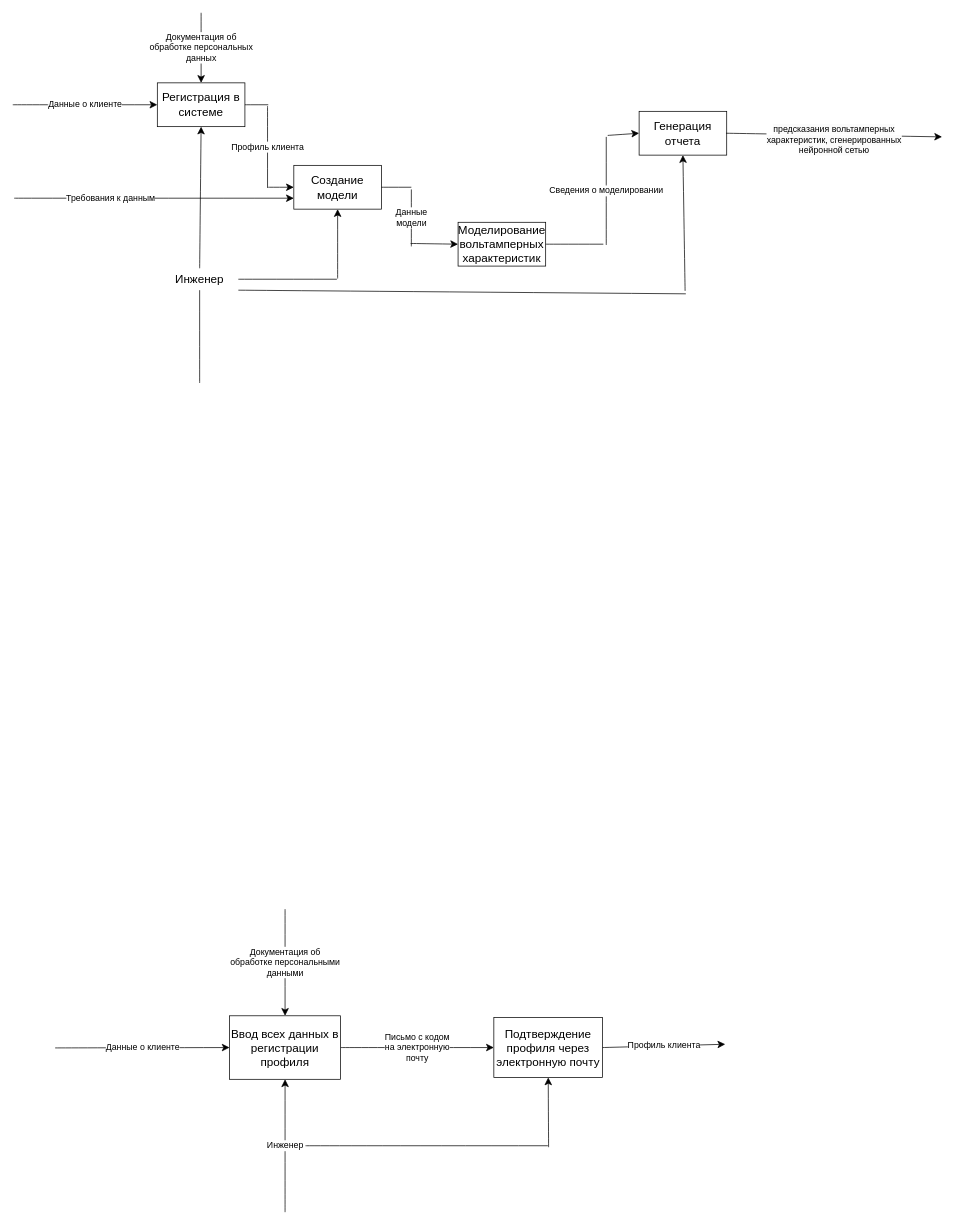
DiKachura/tppo keeps this draw.io diagram as Lab4.drawio. Above is the earlier version. Source tidied: cells renumbered, new cells numbered last; positions are measured from the earlier drawing's top-left corner, leaving out a move shared by most shapes. Both pictures are drawn from the tidied source at 73%, with x=0, y=0 at pixel (12, 12).
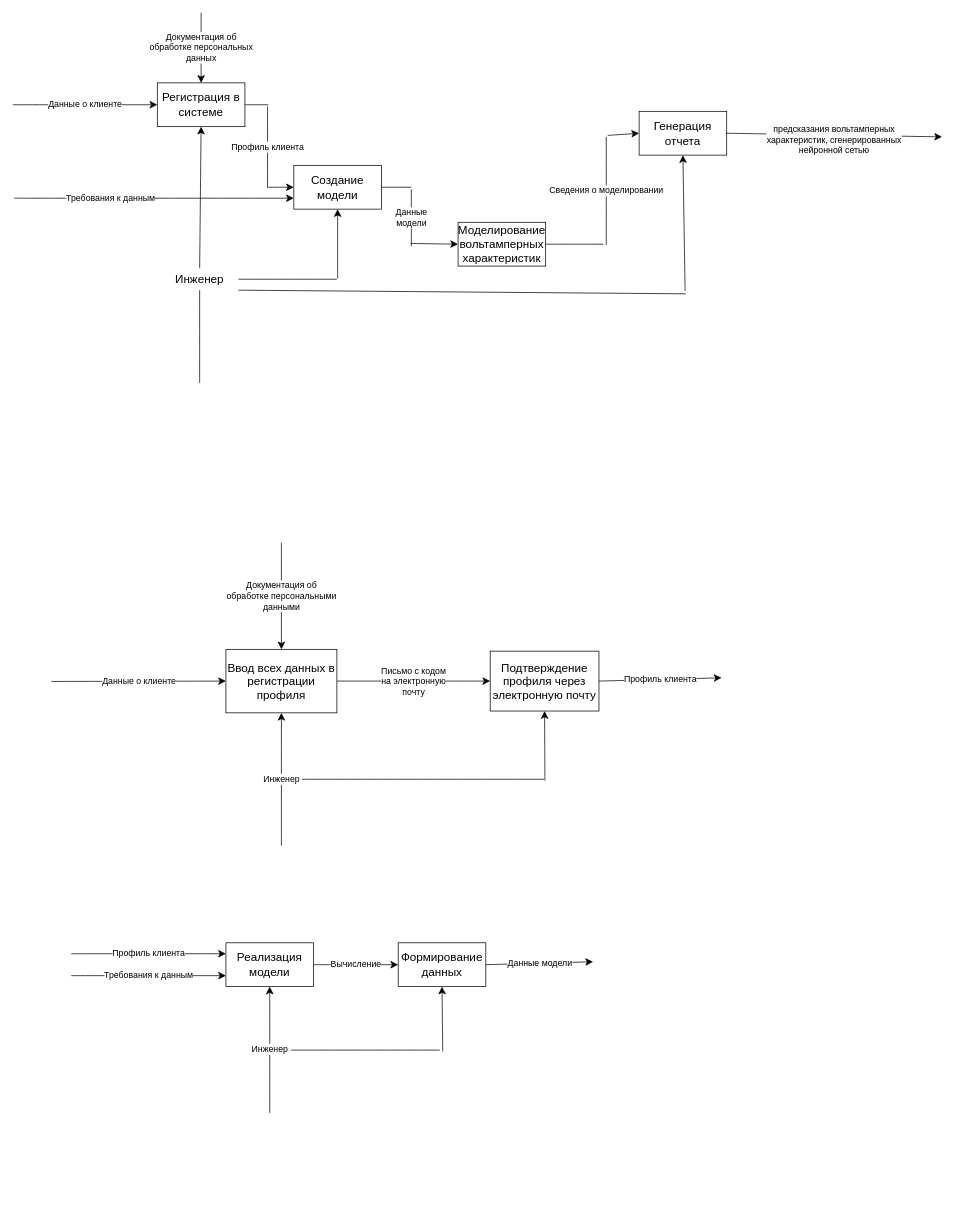
The same page after the edit.

Commit message:
Диаграмма декомпозиции «Создание модели».drawio

What changed in the source:
```diff
@@
     <mxCell id="27" value="Ввод всех данных в регистрации профиля" style="rounded=0;whiteSpace=wrap;html=1;fontSize=16;" parent="1" vertex="1">
-      <mxGeometry x="297" y="1374" width="152" height="87" as="geometry" />
+      <mxGeometry x="292" y="872" width="152" height="87" as="geometry" />
     </mxCell>
     <mxCell id="28" value="Данные о клиенте" style="endArrow=classic;html=1;rounded=0;fontSize=12;startSize=8;endSize=8;curved=1;entryX=0;entryY=0.5;entryDx=0;entryDy=0;" parent="1" edge="1" target="27">
       <mxGeometry relative="1" as="geometry">
-        <mxPoint x="58" y="1418" as="sourcePoint" />
+        <mxPoint x="53" y="916" as="sourcePoint" />
       </mxGeometry>
     </mxCell>
     <mxCell id="29" value="Документация об &lt;br&gt;обработке персональными &lt;br&gt;данными" style="endArrow=classic;html=1;rounded=0;fontSize=12;startSize=8;endSize=8;curved=1;entryX=0.5;entryY=0;entryDx=0;entryDy=0;" parent="1" edge="1" target="27">
       <mxGeometry relative="1" as="geometry">
-        <mxPoint x="373" y="1228" as="sourcePoint" />
+        <mxPoint x="368" y="726" as="sourcePoint" />
       </mxGeometry>
     </mxCell>
     <mxCell id="30" value="Инженер" style="endArrow=classic;html=1;rounded=0;fontSize=12;startSize=8;endSize=8;curved=1;entryX=0.5;entryY=1;entryDx=0;entryDy=0;" parent="1" edge="1" target="27">
       <mxGeometry relative="1" as="geometry">
-        <mxPoint x="373" y="1643" as="sourcePoint" />
+        <mxPoint x="368" y="1141" as="sourcePoint" />
       </mxGeometry>
     </mxCell>
     <mxCell id="31" value="Подтверждение профиля через электронную почту" style="rounded=0;whiteSpace=wrap;html=1;fontSize=16;" parent="1" vertex="1">
-      <mxGeometry x="659" y="1376.5" width="149" height="82" as="geometry" />
+      <mxGeometry x="654" y="874.5" width="149" height="82" as="geometry" />
     </mxCell>
     <mxCell id="32" style="endArrow=none;html=1;rounded=0;fontSize=12;startSize=8;endSize=8;curved=1;" parent="1" edge="1">
       <mxGeometry relative="1" as="geometry">
-        <mxPoint x="401" y="1552" as="sourcePoint" />
-        <mxPoint x="733" y="1552" as="targetPoint" />
+        <mxPoint x="396" y="1050" as="sourcePoint" />
+        <mxPoint x="728" y="1050" as="targetPoint" />
       </mxGeometry>
     </mxCell>
     <mxCell id="33" style="endArrow=classic;html=1;rounded=0;fontSize=12;startSize=8;endSize=8;curved=1;entryX=0.5;entryY=1;entryDx=0;entryDy=0;" parent="1" edge="1" target="31">
       <mxGeometry relative="1" as="geometry">
-        <mxPoint x="734" y="1554" as="sourcePoint" />
+        <mxPoint x="729" y="1052" as="sourcePoint" />
       </mxGeometry>
     </mxCell>
     <mxCell id="34" value="Профиль клиента" style="endArrow=classic;html=1;rounded=0;fontSize=12;startSize=8;endSize=8;curved=1;exitX=1;exitY=0.5;exitDx=0;exitDy=0;" parent="1" edge="1" source="31">
       <mxGeometry relative="1" as="geometry">
-        <mxPoint x="976" y="1413" as="targetPoint" />
+        <mxPoint x="971" y="911" as="targetPoint" />
       </mxGeometry>
     </mxCell>
+    <mxCell id="35" value="Вычисление" style="edgeStyle=none;curved=1;rounded=0;jettySize=auto;html=1;fontSize=12;startSize=8;endSize=8;" parent="1" edge="1" source="36" target="40">
+      <mxGeometry relative="1" as="geometry" />
+    </mxCell>
+    <mxCell id="36" value="Реализация модели" style="rounded=0;whiteSpace=wrap;html=1;fontSize=16;" parent="1" vertex="1">
+      <mxGeometry x="292" y="1274" width="120" height="60" as="geometry" />
+    </mxCell>
+    <mxCell id="37" value="Профиль клиента" style="endArrow=classic;html=1;rounded=0;fontSize=12;startSize=8;endSize=8;curved=1;entryX=0;entryY=0.25;entryDx=0;entryDy=0;" parent="1" edge="1" target="36">
+      <mxGeometry relative="1" as="geometry">
+        <mxPoint x="80" y="1289" as="sourcePoint" />
+      </mxGeometry>
+    </mxCell>
+    <mxCell id="38" value="Требования к данным" style="endArrow=classic;html=1;rounded=0;fontSize=12;startSize=8;endSize=8;curved=1;entryX=0;entryY=0.75;entryDx=0;entryDy=0;" parent="1" edge="1" target="36">
+      <mxGeometry relative="1" as="geometry">
+        <mxPoint x="80" y="1319" as="sourcePoint" />
+      </mxGeometry>
+    </mxCell>
+    <mxCell id="39" value="Инженер" style="endArrow=classic;html=1;rounded=0;fontSize=12;startSize=8;endSize=8;curved=1;entryX=0.5;entryY=1;entryDx=0;entryDy=0;" parent="1" edge="1" target="36">
+      <mxGeometry relative="1" as="geometry">
+        <mxPoint x="352" y="1507" as="sourcePoint" />
+      </mxGeometry>
+    </mxCell>
+    <mxCell id="40" value="Формирование данных" style="rounded=0;whiteSpace=wrap;html=1;fontSize=16;" parent="1" vertex="1">
+      <mxGeometry x="528" y="1274" width="120" height="60" as="geometry" />
+    </mxCell>
+    <mxCell id="41" style="endArrow=none;html=1;rounded=0;fontSize=12;startSize=8;endSize=8;curved=1;" parent="1" edge="1">
+      <mxGeometry relative="1" as="geometry">
+        <mxPoint x="381" y="1421" as="sourcePoint" />
+        <mxPoint x="585" y="1421" as="targetPoint" />
+      </mxGeometry>
+    </mxCell>
+    <mxCell id="42" style="endArrow=classic;html=1;rounded=0;fontSize=12;startSize=8;endSize=8;curved=1;entryX=0.5;entryY=1;entryDx=0;entryDy=0;" parent="1" edge="1" target="40">
+      <mxGeometry relative="1" as="geometry">
+        <mxPoint x="589" y="1423" as="sourcePoint" />
+      </mxGeometry>
+    </mxCell>
+    <mxCell id="43" value="Данные модели" style="endArrow=classic;html=1;rounded=0;fontSize=12;startSize=8;endSize=8;curved=1;exitX=1;exitY=0.5;exitDx=0;exitDy=0;" parent="1" edge="1" source="40">
+      <mxGeometry relative="1" as="geometry">
+        <mxPoint x="795" y="1300" as="targetPoint" />
+      </mxGeometry>
+    </mxCell>
```
